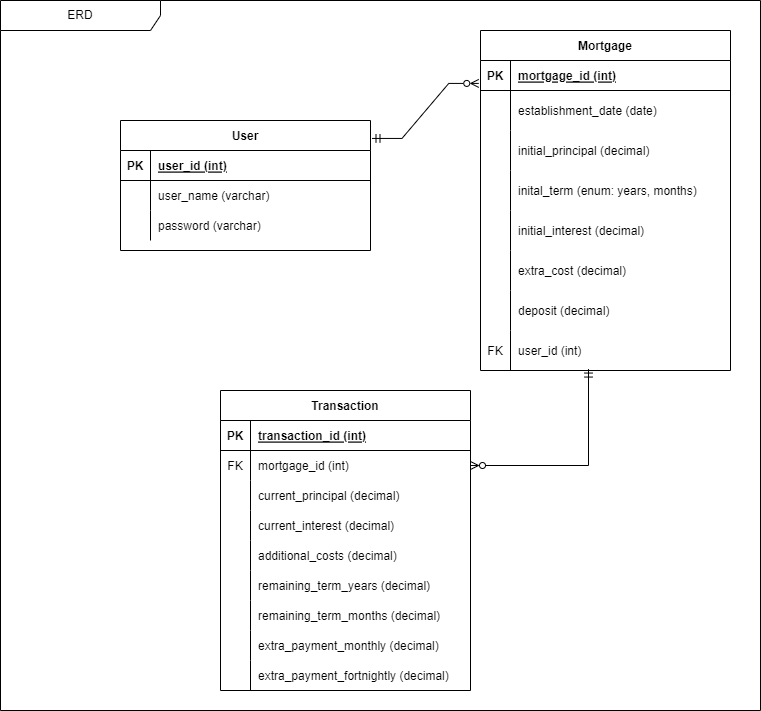
The draw.io diagram Design/ERD.png in KatherineMulder/ITPR7.508-Business-Application-Programming-Semester-One-2024, before a commit. Source tidied: cells renumbered, new cells last; positions are measured from the earlier drawing's top-left corner, leaving out a move shared by most shapes.
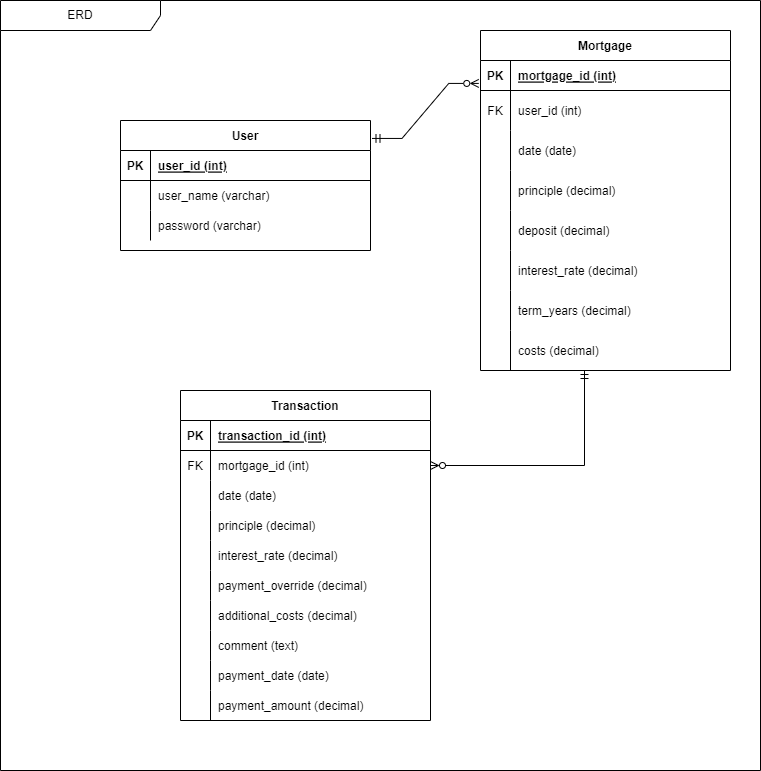
Later version of the same file.

Change to the diagram source:
```diff
@@ -3,7 +3,7 @@
     <mxCell id="0" />
     <mxCell id="1" parent="0" />
     <mxCell id="2" value="ERD" style="shape=umlFrame;whiteSpace=wrap;html=1;width=160;" parent="1" vertex="1">
-      <mxGeometry width="760" height="710" as="geometry" />
+      <mxGeometry width="760" height="770" as="geometry" />
     </mxCell>
     <mxCell id="3" value="User" style="shape=table;startSize=30;rowLines=0;fontStyle=1;align=center;" parent="2" vertex="1">
       <mxGeometry x="120" y="120" width="250" height="130" as="geometry" />
@@ -47,81 +47,81 @@
     <mxCell id="16" value="mortgage_id (int)" style="shape=partialRectangle;overflow=hidden;fillColor=none;top=0;left=0;bottom=0;right=0;align=left;spacingLeft=6;fontStyle=5;" parent="14" vertex="1">
       <mxGeometry x="30" width="220" height="30" as="geometry" />
     </mxCell>
+    <mxCell id="35" style="shape=partialRectangle;fillColor=none;points=[[0,0.5],[1,0.5]];portConstraint=eastwest;top=0;left=0;right=0;bottom=0;" parent="13" vertex="1">
+      <mxGeometry y="60" width="250" height="40" as="geometry" />
+    </mxCell>
+    <mxCell id="36" value="FK" style="shape=partialRectangle;overflow=hidden;fillColor=none;top=0;left=0;bottom=0;right=0;" parent="35" vertex="1">
+      <mxGeometry width="30" height="40" as="geometry" />
+    </mxCell>
+    <mxCell id="37" value="user_id (int)" style="shape=partialRectangle;overflow=hidden;fillColor=none;top=0;left=0;bottom=0;right=0;align=left;spacingLeft=6;" parent="35" vertex="1">
+      <mxGeometry x="30" width="220" height="40" as="geometry" />
+    </mxCell>
     <mxCell id="17" style="shape=partialRectangle;fillColor=none;top=0;left=0;right=0;bottom=0;" parent="13" vertex="1">
-      <mxGeometry y="60" width="250" height="40" as="geometry" />
+      <mxGeometry y="100" width="250" height="40" as="geometry" />
     </mxCell>
     <mxCell id="18" style="shape=partialRectangle;overflow=hidden;fillColor=none;top=0;left=0;bottom=0;right=0;" parent="17" vertex="1">
       <mxGeometry width="30" height="40" as="geometry" />
     </mxCell>
-    <mxCell id="19" value="establishment_date (date)" style="shape=partialRectangle;overflow=hidden;fillColor=none;top=0;left=0;bottom=0;right=0;align=left;spacingLeft=6;" parent="17" vertex="1">
+    <mxCell id="19" value="date (date)" style="shape=partialRectangle;overflow=hidden;fillColor=none;top=0;left=0;bottom=0;right=0;align=left;spacingLeft=6;" parent="17" vertex="1">
       <mxGeometry x="30" width="220" height="40" as="geometry" />
     </mxCell>
     <mxCell id="20" style="shape=partialRectangle;fillColor=none;top=0;left=0;right=0;bottom=0;" parent="13" vertex="1">
-      <mxGeometry y="100" width="250" height="40" as="geometry" />
+      <mxGeometry y="140" width="250" height="40" as="geometry" />
     </mxCell>
     <mxCell id="21" style="shape=partialRectangle;overflow=hidden;fillColor=none;top=0;left=0;bottom=0;right=0;" parent="20" vertex="1">
       <mxGeometry width="30" height="40" as="geometry" />
     </mxCell>
-    <mxCell id="22" value="initial_principal (decimal)" style="shape=partialRectangle;overflow=hidden;fillColor=none;top=0;left=0;bottom=0;right=0;align=left;spacingLeft=6;" parent="20" vertex="1">
+    <mxCell id="22" value="principle (decimal)" style="shape=partialRectangle;overflow=hidden;fillColor=none;top=0;left=0;bottom=0;right=0;align=left;spacingLeft=6;" parent="20" vertex="1">
       <mxGeometry x="30" width="220" height="40" as="geometry" />
     </mxCell>
+    <mxCell id="32" style="shape=partialRectangle;fillColor=none;top=0;left=0;right=0;bottom=0;" parent="13" vertex="1">
+      <mxGeometry y="180" width="250" height="40" as="geometry" />
+    </mxCell>
+    <mxCell id="33" style="shape=partialRectangle;overflow=hidden;fillColor=none;top=0;left=0;bottom=0;right=0;" parent="32" vertex="1">
+      <mxGeometry width="30" height="40" as="geometry" />
+    </mxCell>
+    <mxCell id="34" value="deposit (decimal)" style="shape=partialRectangle;overflow=hidden;fillColor=none;top=0;left=0;bottom=0;right=0;align=left;spacingLeft=6;" parent="32" vertex="1">
+      <mxGeometry x="30" width="220" height="40" as="geometry" />
+    </mxCell>
+    <mxCell id="26" style="shape=partialRectangle;fillColor=none;top=0;left=0;right=0;bottom=0;" parent="13" vertex="1">
+      <mxGeometry y="220" width="250" height="40" as="geometry" />
+    </mxCell>
+    <mxCell id="27" style="shape=partialRectangle;overflow=hidden;fillColor=none;top=0;left=0;bottom=0;right=0;" parent="26" vertex="1">
+      <mxGeometry width="30" height="40" as="geometry" />
+    </mxCell>
+    <mxCell id="28" value="interest_rate (decimal)" style="shape=partialRectangle;overflow=hidden;fillColor=none;top=0;left=0;bottom=0;right=0;align=left;spacingLeft=6;" parent="26" vertex="1">
+      <mxGeometry x="30" width="220" height="40" as="geometry" />
+    </mxCell>
     <mxCell id="23" style="shape=partialRectangle;fillColor=none;top=0;left=0;right=0;bottom=0;" parent="13" vertex="1">
-      <mxGeometry y="140" width="250" height="40" as="geometry" />
+      <mxGeometry y="260" width="250" height="40" as="geometry" />
     </mxCell>
     <mxCell id="24" style="shape=partialRectangle;overflow=hidden;fillColor=none;top=0;left=0;bottom=0;right=0;" parent="23" vertex="1">
       <mxGeometry width="30" height="40" as="geometry" />
     </mxCell>
-    <mxCell id="25" value="inital_term (enum: years, months)" style="shape=partialRectangle;overflow=hidden;fillColor=none;top=0;left=0;bottom=0;right=0;align=left;spacingLeft=6;" parent="23" vertex="1">
+    <mxCell id="25" value="term_years (decimal)" style="shape=partialRectangle;overflow=hidden;fillColor=none;top=0;left=0;bottom=0;right=0;align=left;spacingLeft=6;" parent="23" vertex="1">
       <mxGeometry x="30" width="220" height="40" as="geometry" />
     </mxCell>
-    <mxCell id="26" style="shape=partialRectangle;fillColor=none;top=0;left=0;right=0;bottom=0;" parent="13" vertex="1">
-      <mxGeometry y="180" width="250" height="40" as="geometry" />
-    </mxCell>
-    <mxCell id="27" style="shape=partialRectangle;overflow=hidden;fillColor=none;top=0;left=0;bottom=0;right=0;" parent="26" vertex="1">
-      <mxGeometry width="30" height="40" as="geometry" />
-    </mxCell>
-    <mxCell id="28" value="initial_interest (decimal)" style="shape=partialRectangle;overflow=hidden;fillColor=none;top=0;left=0;bottom=0;right=0;align=left;spacingLeft=6;" parent="26" vertex="1">
-      <mxGeometry x="30" width="220" height="40" as="geometry" />
-    </mxCell>
     <mxCell id="29" style="shape=partialRectangle;fillColor=none;points=[[0,0.5],[1,0.5]];portConstraint=eastwest;top=0;left=0;right=0;bottom=0;" parent="13" vertex="1">
-      <mxGeometry y="220" width="250" height="40" as="geometry" />
+      <mxGeometry y="300" width="250" height="40" as="geometry" />
     </mxCell>
     <mxCell id="30" style="shape=partialRectangle;overflow=hidden;fillColor=none;top=0;left=0;bottom=0;right=0;" parent="29" vertex="1">
       <mxGeometry width="30" height="40" as="geometry" />
     </mxCell>
-    <mxCell id="31" value="extra_cost (decimal)" style="shape=partialRectangle;overflow=hidden;fillColor=none;top=0;left=0;bottom=0;right=0;align=left;spacingLeft=6;" parent="29" vertex="1">
+    <mxCell id="31" value="costs (decimal)" style="shape=partialRectangle;overflow=hidden;fillColor=none;top=0;left=0;bottom=0;right=0;align=left;spacingLeft=6;" parent="29" vertex="1">
       <mxGeometry x="30" width="220" height="40" as="geometry" />
     </mxCell>
-    <mxCell id="32" style="shape=partialRectangle;fillColor=none;top=0;left=0;right=0;bottom=0;" parent="13" vertex="1">
-      <mxGeometry y="260" width="250" height="40" as="geometry" />
-    </mxCell>
-    <mxCell id="33" style="shape=partialRectangle;overflow=hidden;fillColor=none;top=0;left=0;bottom=0;right=0;" parent="32" vertex="1">
-      <mxGeometry width="30" height="40" as="geometry" />
-    </mxCell>
-    <mxCell id="34" value="deposit (decimal)" style="shape=partialRectangle;overflow=hidden;fillColor=none;top=0;left=0;bottom=0;right=0;align=left;spacingLeft=6;" parent="32" vertex="1">
-      <mxGeometry x="30" width="220" height="40" as="geometry" />
-    </mxCell>
-    <mxCell id="35" style="shape=partialRectangle;fillColor=none;points=[[0,0.5],[1,0.5]];portConstraint=eastwest;top=0;left=0;right=0;bottom=0;" parent="13" vertex="1">
-      <mxGeometry y="300" width="250" height="40" as="geometry" />
-    </mxCell>
-    <mxCell id="36" value="FK" style="shape=partialRectangle;overflow=hidden;fillColor=none;top=0;left=0;bottom=0;right=0;" parent="35" vertex="1">
-      <mxGeometry width="30" height="40" as="geometry" />
-    </mxCell>
-    <mxCell id="37" value="user_id (int)" style="shape=partialRectangle;overflow=hidden;fillColor=none;top=0;left=0;bottom=0;right=0;align=left;spacingLeft=6;" parent="35" vertex="1">
-      <mxGeometry x="30" width="220" height="40" as="geometry" />
-    </mxCell>
     <mxCell id="38" style="edgeStyle=entityRelationEdgeStyle;fontSize=12;html=1;endArrow=ERzeroToMany;startArrow=ERmandOne;rounded=0;exitX=1.006;exitY=0.138;exitDx=0;exitDy=0;exitPerimeter=0;entryX=-0.007;entryY=0.764;entryDx=0;entryDy=0;endFill=0;entryPerimeter=0;" parent="2" edge="1" source="3" target="14">
       <mxGeometry relative="1" as="geometry" />
     </mxCell>
-    <mxCell id="39" style="rounded=0;jettySize=auto;html=1;endArrow=ERzeroToMany;endFill=0;startArrow=ERmandOne;startFill=0;entryX=1;entryY=0.5;entryDx=0;entryDy=0;exitX=0.432;exitY=0.964;exitDx=0;exitDy=0;exitPerimeter=0;" parent="2" edge="1" source="35" target="44">
+    <mxCell id="39" style="rounded=0;jettySize=auto;html=1;endArrow=ERzeroToMany;endFill=0;startArrow=ERmandOne;startFill=0;entryX=1;entryY=0.5;entryDx=0;entryDy=0;exitX=0.416;exitY=1;exitDx=0;exitDy=0;exitPerimeter=0;" parent="2" edge="1" source="29" target="44">
       <mxGeometry relative="1" as="geometry">
         <Array as="points">
-          <mxPoint x="588" y="465" />
+          <mxPoint x="584" y="465" />
         </Array>
       </mxGeometry>
     </mxCell>
     <mxCell id="40" value="Transaction" style="shape=table;startSize=30;rowLines=0;fontStyle=1;align=center;" parent="2" vertex="1">
-      <mxGeometry x="220" y="390" width="250" height="300" as="geometry" />
+      <mxGeometry x="180" y="390" width="250" height="330" as="geometry" />
     </mxCell>
     <mxCell id="41" style="shape=partialRectangle;fillColor=none;top=0;left=0;right=0;bottom=1;" parent="40" vertex="1">
       <mxGeometry y="30" width="250" height="30" as="geometry" />
@@ -141,26 +141,44 @@
     <mxCell id="46" value="mortgage_id (int)" style="shape=partialRectangle;overflow=hidden;fillColor=none;top=0;left=0;bottom=0;right=0;align=left;spacingLeft=6;" parent="44" vertex="1">
       <mxGeometry x="30" width="220" height="30" as="geometry" />
     </mxCell>
+    <mxCell id="68" style="shape=partialRectangle;fillColor=none;top=0;left=0;right=0;bottom=0;" parent="40" vertex="1">
+      <mxGeometry y="90" width="250" height="30" as="geometry" />
+    </mxCell>
+    <mxCell id="69" style="shape=partialRectangle;overflow=hidden;fillColor=none;top=0;left=0;bottom=0;right=0;" parent="68" vertex="1">
+      <mxGeometry width="30" height="30" as="geometry" />
+    </mxCell>
+    <mxCell id="70" value="date (date)" style="shape=partialRectangle;overflow=hidden;fillColor=none;top=0;left=0;bottom=0;right=0;align=left;spacingLeft=6;" parent="68" vertex="1">
+      <mxGeometry x="30" width="220" height="30" as="geometry" />
+    </mxCell>
     <mxCell id="47" style="shape=partialRectangle;fillColor=none;top=0;left=0;right=0;bottom=0;" parent="40" vertex="1">
-      <mxGeometry y="90" width="250" height="30" as="geometry" />
+      <mxGeometry y="120" width="250" height="30" as="geometry" />
     </mxCell>
     <mxCell id="48" style="shape=partialRectangle;overflow=hidden;fillColor=none;top=0;left=0;bottom=0;right=0;" parent="47" vertex="1">
       <mxGeometry width="30" height="30" as="geometry" />
     </mxCell>
-    <mxCell id="49" value="current_principal (decimal)" style="shape=partialRectangle;overflow=hidden;fillColor=none;top=0;left=0;bottom=0;right=0;align=left;spacingLeft=6;" parent="47" vertex="1">
+    <mxCell id="49" value="principle (decimal)" style="shape=partialRectangle;overflow=hidden;fillColor=none;top=0;left=0;bottom=0;right=0;align=left;spacingLeft=6;" parent="47" vertex="1">
       <mxGeometry x="30" width="220" height="30" as="geometry" />
     </mxCell>
     <mxCell id="50" style="shape=partialRectangle;fillColor=none;top=0;left=0;right=0;bottom=0;" parent="40" vertex="1">
-      <mxGeometry y="120" width="250" height="30" as="geometry" />
+      <mxGeometry y="150" width="250" height="30" as="geometry" />
     </mxCell>
     <mxCell id="51" style="shape=partialRectangle;overflow=hidden;fillColor=none;top=0;left=0;bottom=0;right=0;" parent="50" vertex="1">
       <mxGeometry width="30" height="30" as="geometry" />
     </mxCell>
-    <mxCell id="52" value="current_interest (decimal)" style="shape=partialRectangle;overflow=hidden;fillColor=none;top=0;left=0;bottom=0;right=0;align=left;spacingLeft=6;" parent="50" vertex="1">
+    <mxCell id="52" value="interest_rate (decimal)" style="shape=partialRectangle;overflow=hidden;fillColor=none;top=0;left=0;bottom=0;right=0;align=left;spacingLeft=6;" parent="50" vertex="1">
       <mxGeometry x="30" width="220" height="30" as="geometry" />
     </mxCell>
+    <mxCell id="56" style="shape=partialRectangle;fillColor=none;top=0;left=0;right=0;bottom=0;" parent="40" vertex="1">
+      <mxGeometry y="180" width="250" height="30" as="geometry" />
+    </mxCell>
+    <mxCell id="71" style="shape=partialRectangle;overflow=hidden;fillColor=none;top=0;left=0;bottom=0;right=0;" parent="56" vertex="1">
+      <mxGeometry width="30" height="30" as="geometry" />
+    </mxCell>
+    <mxCell id="72" value="payment_override (decimal)" style="shape=partialRectangle;overflow=hidden;fillColor=none;top=0;left=0;bottom=0;right=0;align=left;spacingLeft=6;" parent="56" vertex="1">
+      <mxGeometry x="30" width="220" height="30" as="geometry" />
+    </mxCell>
     <mxCell id="53" style="shape=partialRectangle;fillColor=none;top=0;left=0;right=0;bottom=0;" parent="40" vertex="1">
-      <mxGeometry y="150" width="250" height="30" as="geometry" />
+      <mxGeometry y="210" width="250" height="30" as="geometry" />
     </mxCell>
     <mxCell id="54" style="shape=partialRectangle;overflow=hidden;fillColor=none;top=0;left=0;bottom=0;right=0;" parent="53" vertex="1">
       <mxGeometry width="30" height="30" as="geometry" />
@@ -168,41 +186,32 @@
     <mxCell id="55" value="additional_costs (decimal)" style="shape=partialRectangle;overflow=hidden;fillColor=none;top=0;left=0;bottom=0;right=0;align=left;spacingLeft=6;" parent="53" vertex="1">
       <mxGeometry x="30" width="220" height="30" as="geometry" />
     </mxCell>
-    <mxCell id="56" style="shape=partialRectangle;fillColor=none;top=0;left=0;right=0;bottom=0;" parent="40" vertex="1">
-      <mxGeometry y="180" width="250" height="30" as="geometry" />
-    </mxCell>
-    <mxCell id="57" style="shape=partialRectangle;overflow=hidden;fillColor=none;top=0;left=0;bottom=0;right=0;" parent="56" vertex="1">
-      <mxGeometry width="30" height="30" as="geometry" />
-    </mxCell>
-    <mxCell id="58" value="remaining_term_years (decimal)" style="shape=partialRectangle;overflow=hidden;fillColor=none;top=0;left=0;bottom=0;right=0;align=left;spacingLeft=6;" parent="56" vertex="1">
-      <mxGeometry x="30" width="220" height="30" as="geometry" />
-    </mxCell>
-    <mxCell id="59" style="shape=partialRectangle;fillColor=none;top=0;left=0;right=0;bottom=0;" parent="40" vertex="1">
-      <mxGeometry y="210" width="250" height="30" as="geometry" />
-    </mxCell>
-    <mxCell id="60" style="shape=partialRectangle;overflow=hidden;fillColor=none;top=0;left=0;bottom=0;right=0;" parent="59" vertex="1">
-      <mxGeometry width="30" height="30" as="geometry" />
-    </mxCell>
-    <mxCell id="61" value="remaining_term_months (decimal)" style="shape=partialRectangle;overflow=hidden;fillColor=none;top=0;left=0;bottom=0;right=0;align=left;spacingLeft=6;" parent="59" vertex="1">
-      <mxGeometry x="30" width="220" height="30" as="geometry" />
-    </mxCell>
+    <mxCell id="73" style="shape=partialRectangle;fillColor=none;top=0;left=0;right=0;bottom=0;" parent="40" vertex="1">
+      <mxGeometry y="240" width="250" height="30" as="geometry" />
+    </mxCell>
+    <mxCell id="74" style="shape=partialRectangle;overflow=hidden;fillColor=none;top=0;left=0;bottom=0;right=0;" parent="73" vertex="1">
+      <mxGeometry width="30" height="30" as="geometry" />
+    </mxCell>
+    <mxCell id="75" value="comment (text)" style="shape=partialRectangle;overflow=hidden;fillColor=none;top=0;left=0;bottom=0;right=0;align=left;spacingLeft=6;" parent="73" vertex="1">
+      <mxGeometry x="30" width="220" height="30" as="geometry" />
+    </mxCell>
+    <mxCell id="65" style="shape=partialRectangle;fillColor=none;top=0;left=0;right=0;bottom=0;" parent="40" vertex="1">
+      <mxGeometry y="270" width="250" height="30" as="geometry" />
+    </mxCell>
+    <mxCell id="76" style="shape=partialRectangle;overflow=hidden;fillColor=none;top=0;left=0;bottom=0;right=0;" parent="65" vertex="1">
+      <mxGeometry width="30" height="30" as="geometry" />
+    </mxCell>
+    <mxCell id="77" value="payment_date (date)" style="shape=partialRectangle;overflow=hidden;fillColor=none;top=0;left=0;bottom=0;right=0;align=left;spacingLeft=6;" parent="65" vertex="1">
+      <mxGeometry x="30" width="220" height="30" as="geometry" />
+    </mxCell>
     <mxCell id="62" style="shape=partialRectangle;fillColor=none;top=0;left=0;right=0;bottom=0;" parent="40" vertex="1">
-      <mxGeometry y="240" width="250" height="30" as="geometry" />
+      <mxGeometry y="300" width="250" height="30" as="geometry" />
     </mxCell>
     <mxCell id="63" style="shape=partialRectangle;overflow=hidden;fillColor=none;top=0;left=0;bottom=0;right=0;" parent="62" vertex="1">
       <mxGeometry width="30" height="30" as="geometry" />
     </mxCell>
-    <mxCell id="64" value="extra_payment_monthly (decimal)" style="shape=partialRectangle;overflow=hidden;fillColor=none;top=0;left=0;bottom=0;right=0;align=left;spacingLeft=6;" parent="62" vertex="1">
+    <mxCell id="64" value="payment_amount (decimal)" style="shape=partialRectangle;overflow=hidden;fillColor=none;top=0;left=0;bottom=0;right=0;align=left;spacingLeft=6;" parent="62" vertex="1">
       <mxGeometry x="30" width="220" height="30" as="geometry" />
     </mxCell>
-    <mxCell id="65" style="shape=partialRectangle;fillColor=none;top=0;left=0;right=0;bottom=0;" parent="40" vertex="1">
-      <mxGeometry y="270" width="250" height="30" as="geometry" />
-    </mxCell>
-    <mxCell id="66" style="shape=partialRectangle;overflow=hidden;fillColor=none;top=0;left=0;bottom=0;right=0;" parent="65" vertex="1">
-      <mxGeometry width="30" height="30" as="geometry" />
-    </mxCell>
-    <mxCell id="67" value="extra_payment_fortnightly (decimal)" style="shape=partialRectangle;overflow=hidden;fillColor=none;top=0;left=0;bottom=0;right=0;align=left;spacingLeft=6;" parent="65" vertex="1">
-      <mxGeometry x="30" width="220" height="30" as="geometry" />
-    </mxCell>
   </root>
 </mxGraphModel>
```
